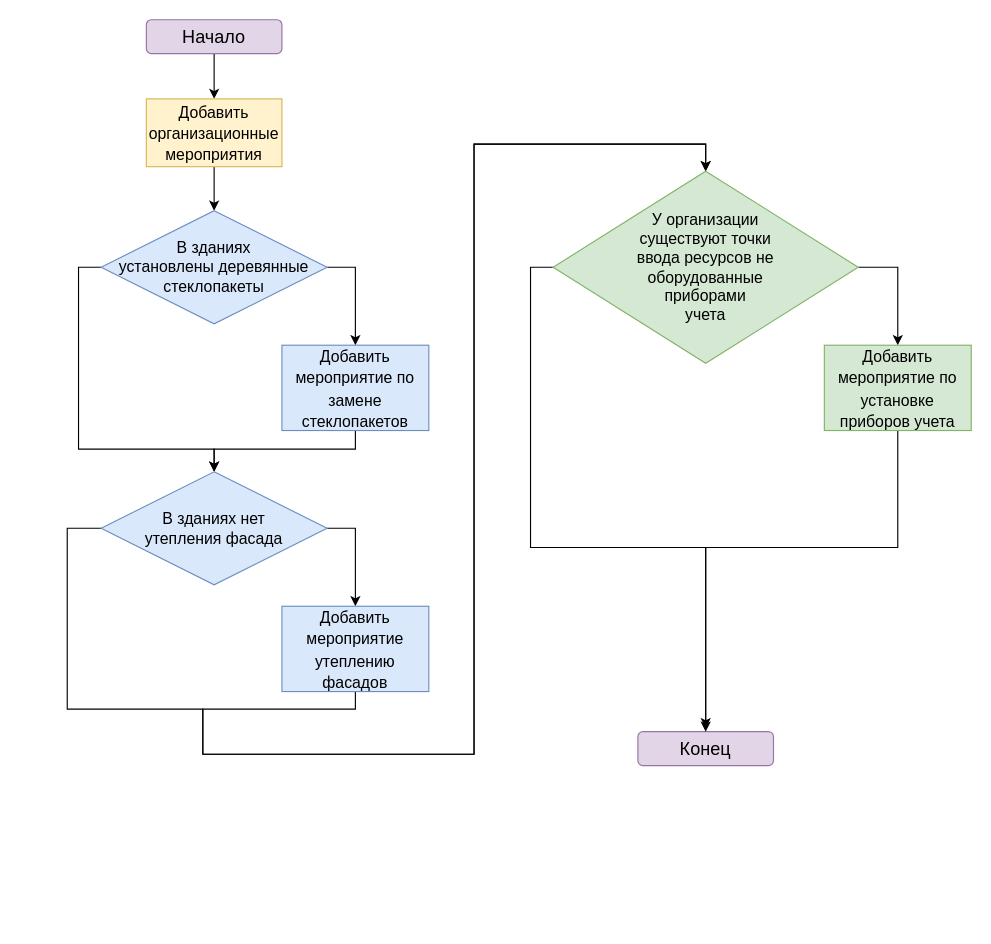
Earlier version of the draw.io diagram page "2.10" (7 of 16) of Диаграмки.drawio (Infoboros/bachelors-degree). Source tidied: cells renumbered, new cells numbered last; positions are measured from the earlier drawing's top-left corner, leaving out a move shared by most shapes. Both pictures are drawn from the tidied source at 113%, with x=0, y=0 at pixel (67, 19).
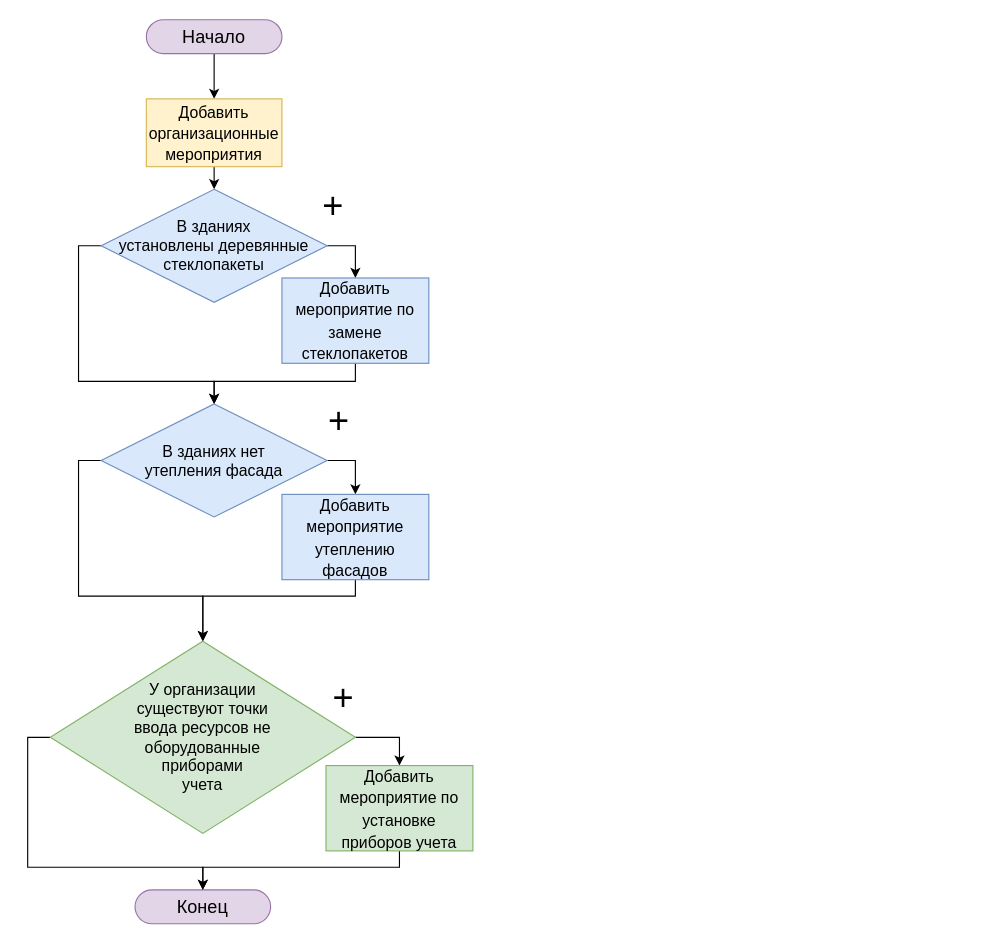
After the change.

Commit message:
[upd] advice event image

Diff of the diagram source:
```diff
@@
-    <mxCell id="3" value="Начало" style="rounded=1;whiteSpace=wrap;html=1;fontSize=16;fillColor=#e1d5e7;strokeColor=#9673a6;" parent="1" vertex="1">
+    <mxCell id="3" value="Начало" style="rounded=1;whiteSpace=wrap;html=1;fontSize=16;fillColor=#e1d5e7;strokeColor=#9673a6;arcSize=50;" parent="1" vertex="1">
       <mxGeometry x="70" width="120" height="30" as="geometry" />
     </mxCell>
-    <mxCell id="4" value="Конец" style="rounded=1;whiteSpace=wrap;html=1;fontSize=16;fillColor=#e1d5e7;strokeColor=#9673a6;" parent="1" vertex="1">
-      <mxGeometry x="505" y="630" width="120" height="30" as="geometry" />
+    <mxCell id="4" value="Конец" style="rounded=1;whiteSpace=wrap;html=1;fontSize=16;fillColor=#e1d5e7;strokeColor=#9673a6;arcSize=50;" parent="1" vertex="1">
+      <mxGeometry x="60" y="770" width="120" height="30" as="geometry" />
     </mxCell>
@@
     <mxCell id="8" style="edgeStyle=orthogonalEdgeStyle;rounded=0;jettySize=auto;html=1;exitX=0;exitY=0.5;exitDx=0;exitDy=0;entryX=0.5;entryY=0;entryDx=0;entryDy=0;fontSize=14;endArrow=classic;endFill=1;endSize=6;strokeWidth=1;" parent="1" edge="1" source="9" target="14">
       <mxGeometry relative="1" as="geometry">
         <Array as="points">
-          <mxPoint x="10" y="219" />
-          <mxPoint x="10" y="380" />
-          <mxPoint x="130" y="380" />
+          <mxPoint x="10" y="200" />
+          <mxPoint x="10" y="320" />
+          <mxPoint x="130" y="320" />
         </Array>
       </mxGeometry>
     </mxCell>
     <mxCell id="9" value="В зданиях &lt;br&gt;установлены деревянные &lt;br&gt;стеклопакеты" style="rhombus;whiteSpace=wrap;html=1;fontSize=14;fillColor=#dae8fc;strokeColor=#6c8ebf;" parent="1" vertex="1">
-      <mxGeometry x="30" y="169" width="200" height="100" as="geometry" />
+      <mxGeometry x="30" y="150" width="200" height="100" as="geometry" />
     </mxCell>
     <mxCell id="10" style="edgeStyle=orthogonalEdgeStyle;rounded=0;jettySize=auto;html=1;exitX=0.5;exitY=1;exitDx=0;exitDy=0;entryX=0.5;entryY=0;entryDx=0;entryDy=0;fontSize=14;endArrow=classic;endFill=1;endSize=6;strokeWidth=1;" parent="1" edge="1" source="11" target="14">
       <mxGeometry relative="1" as="geometry">
         <Array as="points">
-          <mxPoint x="255" y="380" />
-          <mxPoint x="130" y="380" />
+          <mxPoint x="255" y="320" />
+          <mxPoint x="130" y="320" />
         </Array>
       </mxGeometry>
     </mxCell>
     <mxCell id="11" value="&lt;font style=&quot;font-size: 14px&quot;&gt;Добавить мероприятие по замене стеклопакетов&lt;/font&gt;" style="rounded=0;whiteSpace=wrap;html=1;fontSize=16;fillColor=#dae8fc;strokeColor=#6c8ebf;" parent="1" vertex="1">
-      <mxGeometry x="190" y="288" width="130" height="75.5" as="geometry" />
+      <mxGeometry x="190" y="228.5" width="130" height="75.5" as="geometry" />
     </mxCell>
@@
     <mxCell id="13" style="edgeStyle=orthogonalEdgeStyle;rounded=0;jettySize=auto;html=1;exitX=0;exitY=0.5;exitDx=0;exitDy=0;fontSize=14;endArrow=classic;endFill=1;endSize=6;strokeWidth=1;entryX=0.5;entryY=0;entryDx=0;entryDy=0;" parent="1" edge="1" source="14" target="19">
       <mxGeometry relative="1" as="geometry">
         <Array as="points">
-          <mxPoint y="450" />
-          <mxPoint y="610" />
-          <mxPoint x="120" y="610" />
-          <mxPoint x="120" y="650" />
-          <mxPoint x="360" y="650" />
-          <mxPoint x="360" y="110" />
-          <mxPoint x="565" y="110" />
+          <mxPoint x="10" y="390" />
+          <mxPoint x="10" y="510" />
+          <mxPoint x="120" y="510" />
+          <mxPoint x="120" y="540" />
         </Array>
       </mxGeometry>
     </mxCell>
     <mxCell id="14" value="В зданиях нет &lt;br&gt;утепления фасада" style="rhombus;whiteSpace=wrap;html=1;fontSize=14;fillColor=#dae8fc;strokeColor=#6c8ebf;" parent="1" vertex="1">
-      <mxGeometry x="30" y="400" width="200" height="100" as="geometry" />
+      <mxGeometry x="30" y="340" width="200" height="100" as="geometry" />
     </mxCell>
     <mxCell id="15" style="edgeStyle=orthogonalEdgeStyle;rounded=0;jettySize=auto;html=1;exitX=0.5;exitY=1;exitDx=0;exitDy=0;fontSize=14;endArrow=classic;endFill=1;endSize=6;strokeWidth=1;entryX=0.5;entryY=0;entryDx=0;entryDy=0;" parent="1" edge="1" source="16" target="19">
       <mxGeometry relative="1" as="geometry">
         <Array as="points">
-          <mxPoint x="255" y="610" />
-          <mxPoint x="120" y="610" />
-          <mxPoint x="120" y="650" />
-          <mxPoint x="360" y="650" />
-          <mxPoint x="360" y="110" />
-          <mxPoint x="565" y="110" />
+          <mxPoint x="255" y="510" />
+          <mxPoint x="120" y="510" />
+          <mxPoint x="120" y="540" />
         </Array>
       </mxGeometry>
     </mxCell>
     <mxCell id="16" value="&lt;font style=&quot;font-size: 14px&quot;&gt;Добавить мероприятие утеплению фасадов&lt;/font&gt;" style="rounded=0;whiteSpace=wrap;html=1;fontSize=16;fillColor=#dae8fc;strokeColor=#6c8ebf;" parent="1" vertex="1">
-      <mxGeometry x="190" y="519" width="130" height="75.5" as="geometry" />
+      <mxGeometry x="190" y="420" width="130" height="75.5" as="geometry" />
     </mxCell>
@@
-    <mxCell id="18" style="edgeStyle=orthogonalEdgeStyle;rounded=0;jettySize=auto;html=1;exitX=0;exitY=0.5;exitDx=0;exitDy=0;fontSize=14;endArrow=classic;endFill=1;endSize=6;strokeWidth=1;entryX=0.5;entryY=0;entryDx=0;entryDy=0;" parent="1" edge="1" source="19" target="4">
-      <mxGeometry relative="1" as="geometry" />
+    <mxCell id="18" style="edgeStyle=orthogonalEdgeStyle;rounded=0;jettySize=auto;html=1;exitX=0;exitY=0.5;exitDx=0;exitDy=0;fontSize=14;endArrow=classic;endFill=1;endSize=6;strokeWidth=1;" parent="1" edge="1" source="19">
+      <mxGeometry relative="1" as="geometry">
+        <mxPoint x="120" y="770" as="targetPoint" />
+        <Array as="points">
+          <mxPoint x="-35" y="635" />
+          <mxPoint x="-35" y="750" />
+          <mxPoint x="120" y="750" />
+        </Array>
+      </mxGeometry>
     </mxCell>
     <mxCell id="19" value="У организации &lt;br&gt;существуют точки &lt;br&gt;ввода ресурсов не &lt;br&gt;оборудованные &lt;br&gt;приборами &lt;br&gt;учета" style="rhombus;whiteSpace=wrap;html=1;fontSize=14;fillColor=#d5e8d4;strokeColor=#82b366;" parent="1" vertex="1">
-      <mxGeometry x="430" y="134" width="270" height="170" as="geometry" />
+      <mxGeometry x="-15" y="550" width="270" height="170" as="geometry" />
     </mxCell>
-    <mxCell id="20" style="edgeStyle=orthogonalEdgeStyle;rounded=0;orthogonalLoop=1;jettySize=auto;html=1;exitX=0.5;exitY=1;exitDx=0;exitDy=0;fontSize=14;endArrow=classic;endFill=1;endSize=6;strokeWidth=1;entryX=0.5;entryY=0;entryDx=0;entryDy=0;" parent="1" edge="1">
-      <mxGeometry relative="1" as="geometry">
-        <mxPoint x="735" y="360.5" as="sourcePoint" />
-        <mxPoint x="565" y="627" as="targetPoint" />
-        <Array as="points">
-          <mxPoint x="735" y="467" />
-          <mxPoint x="565" y="467" />
-        </Array>
-      </mxGeometry>
-    </mxCell>
+    <mxCell id="22" style="edgeStyle=orthogonalEdgeStyle;rounded=0;jettySize=auto;html=1;exitX=0.5;exitY=1;exitDx=0;exitDy=0;entryX=0.5;entryY=0;entryDx=0;entryDy=0;startArrow=none;startFill=0;" parent="1" edge="1" source="21" target="4">
+      <mxGeometry relative="1" as="geometry">
+        <Array as="points">
+          <mxPoint x="294" y="750" />
+          <mxPoint x="120" y="750" />
+        </Array>
+      </mxGeometry>
+    </mxCell>
     <mxCell id="21" value="&lt;font style=&quot;font-size: 14px&quot;&gt;Добавить мероприятие по установке приборов учета&lt;/font&gt;" style="rounded=0;whiteSpace=wrap;html=1;fontSize=16;fillColor=#d5e8d4;strokeColor=#82b366;" parent="1" vertex="1">
-      <mxGeometry x="670" y="288" width="130" height="75.5" as="geometry" />
+      <mxGeometry x="229" y="660" width="130" height="75.5" as="geometry" />
     </mxCell>
+    <mxCell id="23" value="&lt;font style=&quot;font-size: 32px&quot;&gt;+&lt;/font&gt;" style="text;html=1;align=center;verticalAlign=middle;strokeColor=none;fillColor=none;" parent="1" vertex="1">
+      <mxGeometry x="229" y="585" width="30" height="30" as="geometry" />
+    </mxCell>
+    <mxCell id="24" value="&lt;font style=&quot;font-size: 32px&quot;&gt;+&lt;/font&gt;" style="text;html=1;align=center;verticalAlign=middle;strokeColor=none;fillColor=none;" parent="1" vertex="1">
+      <mxGeometry x="225" y="340" width="30" height="30" as="geometry" />
+    </mxCell>
+    <mxCell id="25" value="&lt;font style=&quot;font-size: 32px&quot;&gt;+&lt;/font&gt;" style="text;html=1;align=center;verticalAlign=middle;strokeColor=none;fillColor=none;" parent="1" vertex="1">
+      <mxGeometry x="220" y="150" width="30" height="30" as="geometry" />
+    </mxCell>
```
